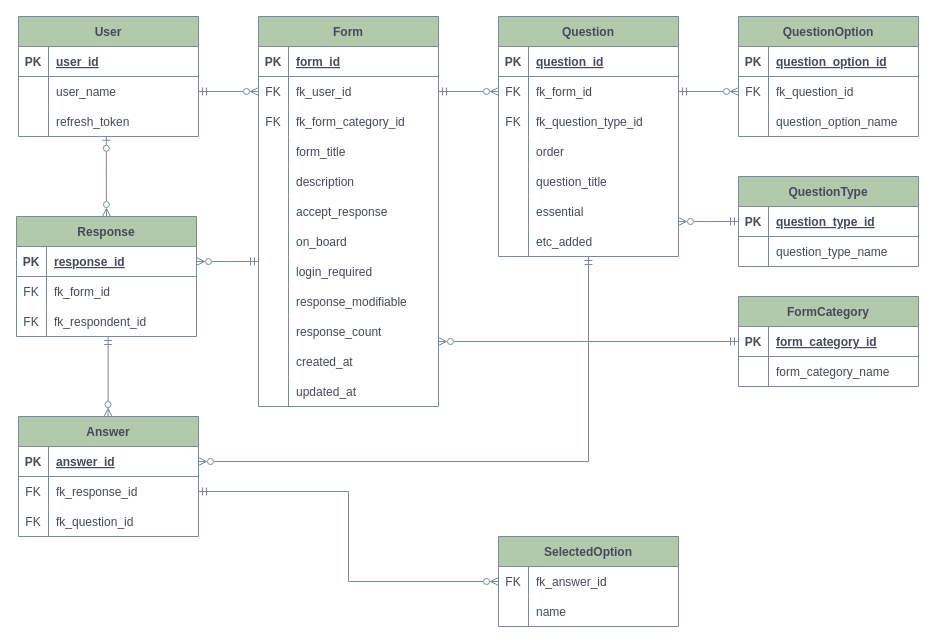
Above: server/docs/erd.drawio in beepbipbp/BosstForm_Migration_MySQL (draw.io), before the change. Source tidied: cells renumbered, new cells numbered last; positions are measured from the earlier drawing's top-left corner, leaving out a move shared by most shapes. Both pictures are drawn from the tidied source at 100%, with x=0, y=0 at pixel (16, 16).
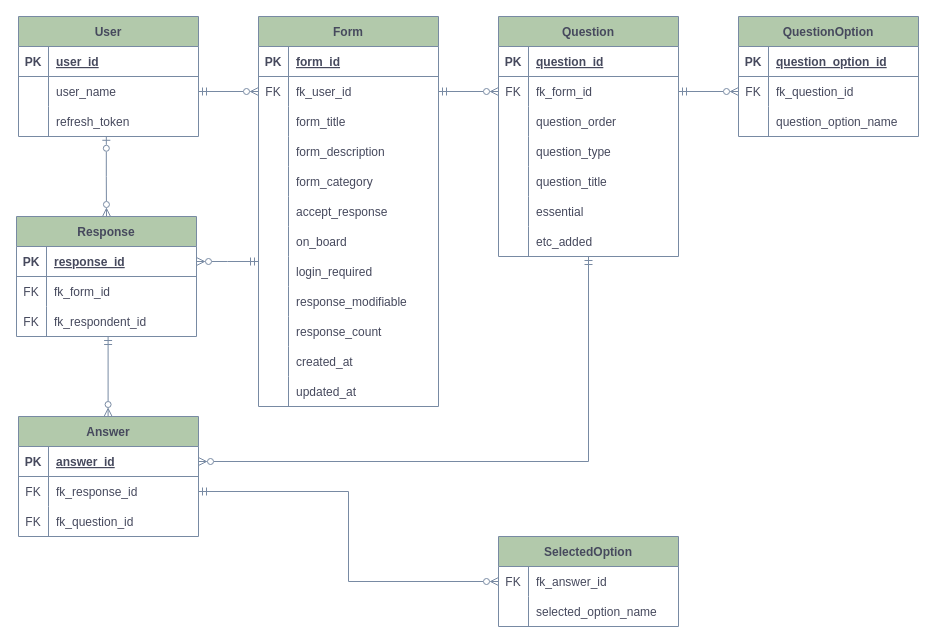
The same diagram, later.

Unchanged cells that the change refers to:
```xml
<mxCell id="12" value="Form" style="shape=table;startSize=30;childLayout=tableLayout;rowLines=0;fontStyle=1;align=center;strokeColor=#788AA3;fontColor=#46495D;fillColor=#B2C9AB;labelBackgroundColor=none;" parent="1" vertex="1">
  <mxGeometry x="242" width="180" height="390" as="geometry" />
</mxCell>
<mxCell id="49" value="Question" style="shape=table;startSize=30;childLayout=tableLayout;rowLines=0;fontStyle=1;align=center;strokeColor=#788AA3;fontColor=#46495D;fillColor=#B2C9AB;labelBackgroundColor=none;" parent="1" vertex="1">
  <mxGeometry x="482" width="180" height="240" as="geometry" />
</mxCell>
<mxCell id="65" style="shape=tableRow;horizontal=0;startSize=0;swimlaneHead=0;swimlaneBody=0;fillColor=none;points=[[0,0.5],[1,0.5]];portConstraint=eastwest;top=0;left=0;right=0;bottom=0;strokeColor=#788AA3;fontColor=#46495D;labelBackgroundColor=none;" parent="49" vertex="1">
  <mxGeometry y="180" width="180" height="30" as="geometry" />
</mxCell>
<mxCell id="105" style="shape=tableRow;horizontal=0;startSize=0;swimlaneHead=0;swimlaneBody=0;fillColor=none;top=0;left=0;right=0;bottom=0;strokeColor=#788AA3;fontColor=#46495D;labelBackgroundColor=none;" parent="101" vertex="1">
  <mxGeometry y="60" width="180" height="30" as="geometry" />
</mxCell>
```

Diff of the diagram source:
```diff
@@
-    <mxCell id="19" style="shape=tableRow;horizontal=0;startSize=0;swimlaneHead=0;swimlaneBody=0;fillColor=none;top=0;left=0;right=0;bottom=0;strokeColor=#788AA3;fontColor=#46495D;labelBackgroundColor=none;" parent="12" vertex="1">
-      <mxGeometry y="90" width="180" height="30" as="geometry" />
-    </mxCell>
-    <mxCell id="20" value="FK" style="shape=partialRectangle;fillColor=none;top=0;left=0;bottom=0;right=0;fontStyle=0;overflow=hidden;strokeColor=#788AA3;fontColor=#46495D;labelBackgroundColor=none;" parent="19" vertex="1">
-      <mxGeometry width="30" height="30" as="geometry" />
-    </mxCell>
-    <mxCell id="21" value="fk_form_category_id" style="shape=partialRectangle;fillColor=none;top=0;left=0;bottom=0;right=0;align=left;spacingLeft=6;fontStyle=0;overflow=hidden;strokeColor=#788AA3;fontColor=#46495D;labelBackgroundColor=none;" parent="19" vertex="1">
-      <mxGeometry x="30" width="150" height="30" as="geometry" />
-    </mxCell>
     <mxCell id="22" style="shape=tableRow;horizontal=0;startSize=0;swimlaneHead=0;swimlaneBody=0;fillColor=none;top=0;left=0;right=0;bottom=0;strokeColor=#788AA3;fontColor=#46495D;labelBackgroundColor=none;" parent="12" vertex="1">
-      <mxGeometry y="120" width="180" height="30" as="geometry" />
+      <mxGeometry y="90" width="180" height="30" as="geometry" />
     </mxCell>
@@
     <mxCell id="25" style="shape=tableRow;horizontal=0;startSize=0;swimlaneHead=0;swimlaneBody=0;fillColor=none;top=0;left=0;right=0;bottom=0;strokeColor=#788AA3;fontColor=#46495D;labelBackgroundColor=none;" parent="12" vertex="1">
-      <mxGeometry y="150" width="180" height="30" as="geometry" />
+      <mxGeometry y="120" width="180" height="30" as="geometry" />
     </mxCell>
@@
-    <mxCell id="27" value="description" style="shape=partialRectangle;fillColor=none;top=0;left=0;bottom=0;right=0;align=left;spacingLeft=6;overflow=hidden;strokeColor=#788AA3;fontColor=#46495D;labelBackgroundColor=none;" parent="25" vertex="1">
+    <mxCell id="27" value="form_description" style="shape=partialRectangle;fillColor=none;top=0;left=0;bottom=0;right=0;align=left;spacingLeft=6;overflow=hidden;strokeColor=#788AA3;fontColor=#46495D;labelBackgroundColor=none;" parent="25" vertex="1">
       <mxGeometry x="30" width="150" height="30" as="geometry" />
     </mxCell>
+    <mxCell id="19" style="shape=tableRow;horizontal=0;startSize=0;swimlaneHead=0;swimlaneBody=0;fillColor=none;top=0;left=0;right=0;bottom=0;strokeColor=#788AA3;fontColor=#46495D;labelBackgroundColor=none;" parent="12" vertex="1">
+      <mxGeometry y="150" width="180" height="30" as="geometry" />
+    </mxCell>
+    <mxCell id="20" style="shape=partialRectangle;fillColor=none;top=0;left=0;bottom=0;right=0;fontStyle=0;overflow=hidden;strokeColor=#788AA3;fontColor=#46495D;labelBackgroundColor=none;" parent="19" vertex="1">
+      <mxGeometry width="30" height="30" as="geometry" />
+    </mxCell>
+    <mxCell id="21" value="form_category" style="shape=partialRectangle;fillColor=none;top=0;left=0;bottom=0;right=0;align=left;spacingLeft=6;fontStyle=0;overflow=hidden;strokeColor=#788AA3;fontColor=#46495D;labelBackgroundColor=none;" parent="19" vertex="1">
+      <mxGeometry x="30" width="150" height="30" as="geometry" />
+    </mxCell>
@@
+    <mxCell id="59" style="shape=tableRow;horizontal=0;startSize=0;swimlaneHead=0;swimlaneBody=0;fillColor=none;top=0;left=0;right=0;bottom=0;strokeColor=#788AA3;fontColor=#46495D;labelBackgroundColor=none;" parent="49" vertex="1">
+      <mxGeometry y="90" width="180" height="30" as="geometry" />
+    </mxCell>
+    <mxCell id="60" style="shape=partialRectangle;fillColor=none;top=0;left=0;bottom=0;right=0;overflow=hidden;strokeColor=#788AA3;fontColor=#46495D;labelBackgroundColor=none;" parent="59" vertex="1">
+      <mxGeometry width="30" height="30" as="geometry" />
+    </mxCell>
+    <mxCell id="61" value="question_order" style="shape=partialRectangle;fillColor=none;top=0;left=0;bottom=0;right=0;align=left;spacingLeft=6;overflow=hidden;strokeColor=#788AA3;fontColor=#46495D;labelBackgroundColor=none;" parent="59" vertex="1">
+      <mxGeometry x="30" width="150" height="30" as="geometry" />
+    </mxCell>
     <mxCell id="56" style="shape=tableRow;horizontal=0;startSize=0;swimlaneHead=0;swimlaneBody=0;fillColor=none;top=0;left=0;right=0;bottom=0;strokeColor=#788AA3;fontColor=#46495D;labelBackgroundColor=none;" parent="49" vertex="1">
-      <mxGeometry y="90" width="180" height="30" as="geometry" />
+      <mxGeometry y="120" width="180" height="30" as="geometry" />
     </mxCell>
-    <mxCell id="57" value="FK" style="shape=partialRectangle;fillColor=none;top=0;left=0;bottom=0;right=0;overflow=hidden;strokeColor=#788AA3;fontColor=#46495D;labelBackgroundColor=none;" parent="56" vertex="1">
+    <mxCell id="57" style="shape=partialRectangle;fillColor=none;top=0;left=0;bottom=0;right=0;overflow=hidden;strokeColor=#788AA3;fontColor=#46495D;labelBackgroundColor=none;" parent="56" vertex="1">
       <mxGeometry width="30" height="30" as="geometry" />
     </mxCell>
-    <mxCell id="58" value="fk_question_type_id" style="shape=partialRectangle;fillColor=none;top=0;left=0;bottom=0;right=0;align=left;spacingLeft=6;overflow=hidden;strokeColor=#788AA3;fontColor=#46495D;labelBackgroundColor=none;" parent="56" vertex="1">
+    <mxCell id="58" value="question_type" style="shape=partialRectangle;fillColor=none;top=0;left=0;bottom=0;right=0;align=left;spacingLeft=6;overflow=hidden;strokeColor=#788AA3;fontColor=#46495D;labelBackgroundColor=none;" parent="56" vertex="1">
       <mxGeometry x="30" width="150" height="30" as="geometry" />
     </mxCell>
-    <mxCell id="59" style="shape=tableRow;horizontal=0;startSize=0;swimlaneHead=0;swimlaneBody=0;fillColor=none;top=0;left=0;right=0;bottom=0;strokeColor=#788AA3;fontColor=#46495D;labelBackgroundColor=none;" parent="49" vertex="1">
-      <mxGeometry y="120" width="180" height="30" as="geometry" />
-    </mxCell>
-    <mxCell id="60" style="shape=partialRectangle;fillColor=none;top=0;left=0;bottom=0;right=0;overflow=hidden;strokeColor=#788AA3;fontColor=#46495D;labelBackgroundColor=none;" parent="59" vertex="1">
-      <mxGeometry width="30" height="30" as="geometry" />
-    </mxCell>
-    <mxCell id="61" value="order" style="shape=partialRectangle;fillColor=none;top=0;left=0;bottom=0;right=0;align=left;spacingLeft=6;overflow=hidden;strokeColor=#788AA3;fontColor=#46495D;labelBackgroundColor=none;" parent="59" vertex="1">
-      <mxGeometry x="30" width="150" height="30" as="geometry" />
-    </mxCell>
@@
-    <mxCell id="107" value="name" style="shape=partialRectangle;fillColor=none;top=0;left=0;bottom=0;right=0;align=left;spacingLeft=6;overflow=hidden;strokeColor=#788AA3;fontColor=#46495D;labelBackgroundColor=none;" parent="105" vertex="1">
+    <mxCell id="107" value="selected_option_name" style="shape=partialRectangle;fillColor=none;top=0;left=0;bottom=0;right=0;align=left;spacingLeft=6;overflow=hidden;strokeColor=#788AA3;fontColor=#46495D;labelBackgroundColor=none;" parent="105" vertex="1">
       <mxGeometry x="30" width="150" height="30" as="geometry" />
     </mxCell>
@@
-    <mxCell id="115" value="FormCategory" style="shape=table;startSize=30;childLayout=tableLayout;rowLines=0;fontStyle=1;align=center;fontColor=#46495D;labelBackgroundColor=none;fillColor=#B2C9AB;strokeColor=#788AA3;" parent="1" vertex="1">
-      <mxGeometry x="722" y="280" width="180" height="90" as="geometry" />
-    </mxCell>
-    <mxCell id="116" style="shape=tableRow;horizontal=0;startSize=0;swimlaneHead=0;swimlaneBody=0;fillColor=none;points=[[0,0.5],[1,0.5]];portConstraint=eastwest;top=0;left=0;right=0;bottom=1;fontColor=#46495D;labelBackgroundColor=none;strokeColor=#788AA3;" parent="115" vertex="1">
-      <mxGeometry y="30" width="180" height="30" as="geometry" />
-    </mxCell>
-    <mxCell id="117" value="PK" style="shape=partialRectangle;fillColor=none;top=0;left=0;bottom=0;right=0;fontStyle=1;overflow=hidden;fontColor=#46495D;labelBackgroundColor=none;strokeColor=#788AA3;" parent="116" vertex="1">
-      <mxGeometry width="30" height="30" as="geometry" />
-    </mxCell>
-    <mxCell id="118" value="form_category_id" style="shape=partialRectangle;fillColor=none;top=0;left=0;bottom=0;right=0;align=left;spacingLeft=6;fontStyle=5;overflow=hidden;fontColor=#46495D;labelBackgroundColor=none;strokeColor=#788AA3;" parent="116" vertex="1">
-      <mxGeometry x="30" width="150" height="30" as="geometry" />
-    </mxCell>
-    <mxCell id="119" style="shape=tableRow;horizontal=0;startSize=0;swimlaneHead=0;swimlaneBody=0;fillColor=none;top=0;left=0;right=0;bottom=0;fontColor=#46495D;labelBackgroundColor=none;strokeColor=#788AA3;" parent="115" vertex="1">
-      <mxGeometry y="60" width="180" height="30" as="geometry" />
-    </mxCell>
-    <mxCell id="120" style="shape=partialRectangle;fillColor=none;top=0;left=0;bottom=0;right=0;overflow=hidden;fontColor=#46495D;labelBackgroundColor=none;strokeColor=#788AA3;" parent="119" vertex="1">
-      <mxGeometry width="30" height="30" as="geometry" />
-    </mxCell>
-    <mxCell id="121" value="form_category_name" style="shape=partialRectangle;fillColor=none;top=0;left=0;bottom=0;right=0;align=left;spacingLeft=6;overflow=hidden;fontColor=#46495D;labelBackgroundColor=none;strokeColor=#788AA3;" parent="119" vertex="1">
-      <mxGeometry x="30" width="150" height="30" as="geometry" />
-    </mxCell>
-    <mxCell id="122" value="QuestionType" style="shape=table;startSize=30;childLayout=tableLayout;rowLines=0;fontStyle=1;align=center;strokeColor=#788AA3;fontColor=#46495D;fillColor=#B2C9AB;labelBackgroundColor=none;" parent="1" vertex="1">
-      <mxGeometry x="722" y="160" width="180" height="90" as="geometry" />
-    </mxCell>
-    <mxCell id="123" style="shape=tableRow;horizontal=0;startSize=0;swimlaneHead=0;swimlaneBody=0;fillColor=none;points=[[0,0.5],[1,0.5]];portConstraint=eastwest;top=0;left=0;right=0;bottom=1;labelBackgroundColor=none;strokeColor=#788AA3;fontColor=#46495D;" parent="122" vertex="1">
-      <mxGeometry y="30" width="180" height="30" as="geometry" />
-    </mxCell>
-    <mxCell id="124" value="PK" style="shape=partialRectangle;fillColor=none;top=0;left=0;bottom=0;right=0;fontStyle=1;overflow=hidden;fontColor=#46495D;labelBackgroundColor=none;strokeColor=#788AA3;" parent="123" vertex="1">
-      <mxGeometry width="30" height="30" as="geometry" />
-    </mxCell>
-    <mxCell id="125" value="question_type_id" style="shape=partialRectangle;fillColor=none;top=0;left=0;bottom=0;right=0;align=left;spacingLeft=6;fontStyle=5;overflow=hidden;fontColor=#46495D;labelBackgroundColor=none;strokeColor=#788AA3;" parent="123" vertex="1">
-      <mxGeometry x="30" width="150" height="30" as="geometry" />
-    </mxCell>
-    <mxCell id="126" style="shape=tableRow;horizontal=0;startSize=0;swimlaneHead=0;swimlaneBody=0;fillColor=none;top=0;left=0;right=0;bottom=0;strokeColor=#788AA3;fontColor=#46495D;labelBackgroundColor=none;" parent="122" vertex="1">
-      <mxGeometry y="60" width="180" height="30" as="geometry" />
-    </mxCell>
-    <mxCell id="127" style="shape=partialRectangle;fillColor=none;top=0;left=0;bottom=0;right=0;overflow=hidden;strokeColor=#788AA3;fontColor=#46495D;labelBackgroundColor=none;" parent="126" vertex="1">
-      <mxGeometry width="30" height="30" as="geometry" />
-    </mxCell>
-    <mxCell id="128" value="question_type_name" style="shape=partialRectangle;fillColor=none;top=0;left=0;bottom=0;right=0;align=left;spacingLeft=6;overflow=hidden;strokeColor=#788AA3;fontColor=#46495D;labelBackgroundColor=none;" parent="126" vertex="1">
-      <mxGeometry x="30" width="150" height="30" as="geometry" />
-    </mxCell>
@@
-    <mxCell id="130" style="edgeStyle=elbowEdgeStyle;rounded=0;jettySize=auto;elbow=vertical;html=1;exitX=0;exitY=0.5;exitDx=0;exitDy=0;strokeColor=#788AA3;fontColor=#46495D;startArrow=ERmandOne;startFill=0;endArrow=ERzeroToMany;endFill=0;fillColor=#B2C9AB;" parent="1" edge="1" source="123" target="65">
-      <mxGeometry relative="1" as="geometry" />
-    </mxCell>
-    <mxCell id="131" style="edgeStyle=elbowEdgeStyle;rounded=0;jettySize=auto;elbow=vertical;html=1;exitX=0;exitY=0.5;exitDx=0;exitDy=0;strokeColor=#788AA3;fontColor=#46495D;startArrow=ERmandOne;startFill=0;endArrow=ERzeroToMany;endFill=0;fillColor=#B2C9AB;" parent="1" edge="1" source="116">
-      <mxGeometry relative="1" as="geometry">
-        <mxPoint x="422" y="324.8" as="targetPoint" />
-      </mxGeometry>
-    </mxCell>
```
